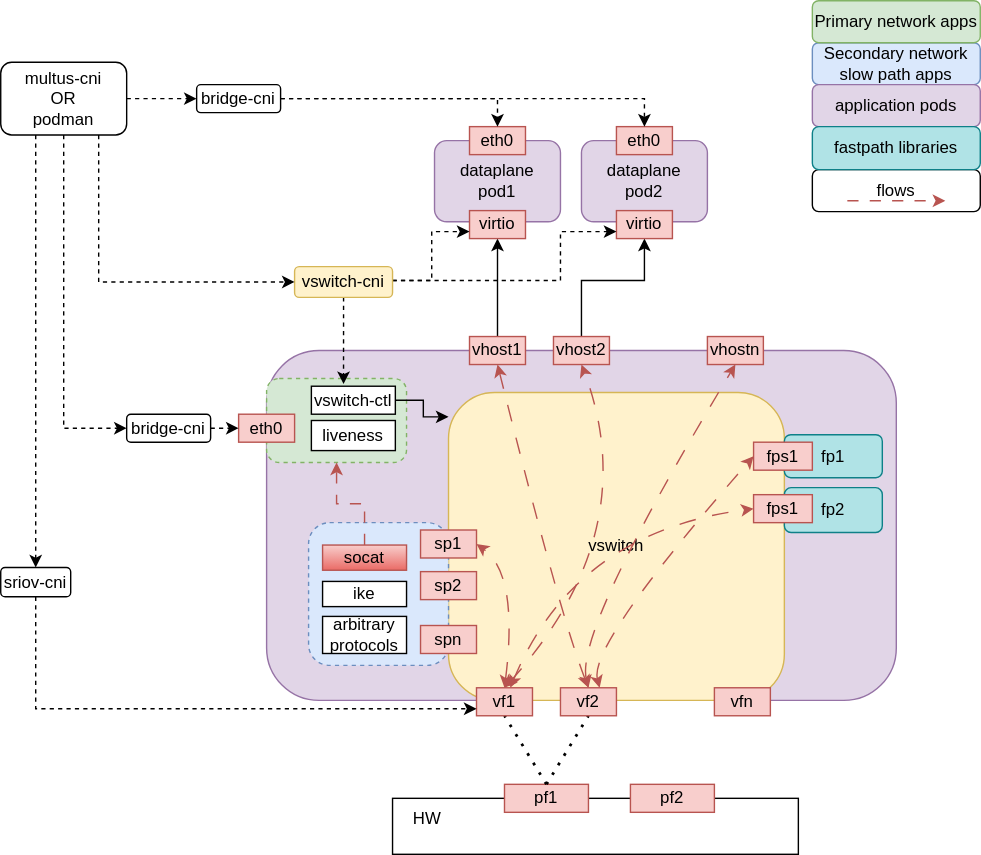
sriramy/vswitch keeps this draw.io diagram as docs/images/vswitch.drawio.svg. Above is the earlier version. Source tidied: cells renumbered, new cells last; positions are measured from the earlier drawing's top-left corner, leaving out a move shared by most shapes.
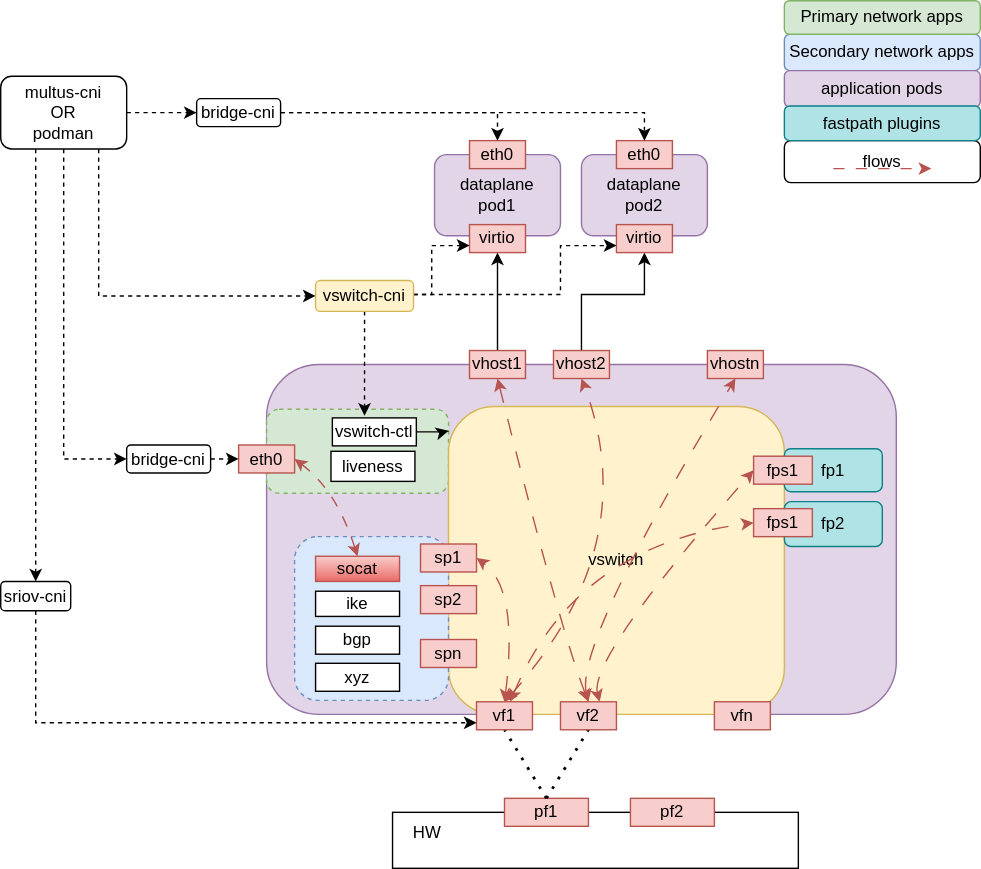
The same file after the commit.

Diff of the diagram source:
```diff
@@ -3,7 +3,7 @@
     <mxCell id="0" />
     <mxCell id="1" parent="0" />
     <mxCell id="2" value="flows" style="rounded=1;whiteSpace=wrap;html=1;" parent="1" vertex="1">
-      <mxGeometry x="580" y="120.8" width="120" height="30" as="geometry" />
+      <mxGeometry x="560" y="90" width="140" height="30" as="geometry" />
     </mxCell>
     <mxCell id="3" style="rounded=1;whiteSpace=wrap;html=1;fillColor=#e1d5e7;strokeColor=#9673a6;" parent="1" vertex="1">
       <mxGeometry x="190" y="250" width="450" height="250" as="geometry" />
@@ -47,31 +47,31 @@
       <mxGeometry relative="1" as="geometry" />
     </mxCell>
     <mxCell id="15" style="rounded=1;whiteSpace=wrap;html=1;dashed=1;fillColor=#d5e8d4;strokeColor=#82b366;" parent="1" vertex="1">
-      <mxGeometry x="190" y="270" width="100" height="60" as="geometry" />
+      <mxGeometry x="190" y="282" width="130" height="60" as="geometry" />
     </mxCell>
     <mxCell id="16" value="vswitch" style="rounded=1;whiteSpace=wrap;html=1;fillColor=#fff2cc;strokeColor=#d6b656;" parent="1" vertex="1">
       <mxGeometry x="320" y="280" width="240" height="220" as="geometry" />
     </mxCell>
     <mxCell id="17" style="rounded=1;whiteSpace=wrap;html=1;dashed=1;fillColor=#dae8fc;strokeColor=#6c8ebf;" parent="1" vertex="1">
-      <mxGeometry x="220" y="373" width="100" height="102" as="geometry" />
+      <mxGeometry x="210" y="373" width="110" height="117" as="geometry" />
     </mxCell>
     <mxCell id="18" value="ike" style="rounded=0;whiteSpace=wrap;html=1;" parent="1" vertex="1">
-      <mxGeometry x="230" y="415" width="60" height="18" as="geometry" />
+      <mxGeometry x="225" y="412" width="60" height="18" as="geometry" />
     </mxCell>
-    <mxCell id="19" value="arbitrary protocols" style="rounded=0;whiteSpace=wrap;html=1;" parent="1" vertex="1">
-      <mxGeometry x="230" y="440" width="60" height="26.5" as="geometry" />
+    <mxCell id="19" value="bgp" style="rounded=0;whiteSpace=wrap;html=1;" parent="1" vertex="1">
+      <mxGeometry x="225" y="437" width="60" height="20" as="geometry" />
     </mxCell>
     <mxCell id="20" style="edgeStyle=orthogonalEdgeStyle;rounded=0;jettySize=auto;html=1;entryX=0;entryY=0.079;entryDx=0;entryDy=0;entryPerimeter=0;" parent="1" edge="1" source="21" target="16">
       <mxGeometry relative="1" as="geometry" />
     </mxCell>
     <mxCell id="21" value="vswitch-ctl" style="rounded=0;whiteSpace=wrap;html=1;" parent="1" vertex="1">
-      <mxGeometry x="222" y="275.5" width="60" height="20" as="geometry" />
+      <mxGeometry x="237" y="288.1" width="60" height="20" as="geometry" />
     </mxCell>
-    <mxCell id="22" value="Secondary network slow path apps" style="rounded=1;whiteSpace=wrap;html=1;fillColor=#dae8fc;strokeColor=#6c8ebf;" parent="1" vertex="1">
-      <mxGeometry x="580" y="30" width="120" height="30" as="geometry" />
+    <mxCell id="22" value="Secondary network apps" style="rounded=1;whiteSpace=wrap;html=1;fillColor=#dae8fc;strokeColor=#6c8ebf;" parent="1" vertex="1">
+      <mxGeometry x="560" y="14" width="140" height="26" as="geometry" />
     </mxCell>
     <mxCell id="23" value="Primary network apps" style="rounded=1;whiteSpace=wrap;html=1;fillColor=#d5e8d4;strokeColor=#82b366;" parent="1" vertex="1">
-      <mxGeometry x="580" width="120" height="30" as="geometry" />
+      <mxGeometry x="560" y="-10" width="140" height="24" as="geometry" />
     </mxCell>
     <mxCell id="24" value="sp1" style="rounded=0;whiteSpace=wrap;html=1;fillColor=#f8cecc;strokeColor=#b85450;" parent="1" vertex="1">
       <mxGeometry x="300" y="378.2" width="40" height="20" as="geometry" />
@@ -83,13 +83,13 @@
       <mxGeometry x="300" y="446.5" width="40" height="20" as="geometry" />
     </mxCell>
     <mxCell id="27" value="eth0" style="rounded=0;whiteSpace=wrap;html=1;fillColor=#f8cecc;strokeColor=#b85450;" parent="1" vertex="1">
-      <mxGeometry x="170" y="295.5" width="40" height="20" as="geometry" />
+      <mxGeometry x="170" y="307.5" width="40" height="20" as="geometry" />
     </mxCell>
     <mxCell id="28" value="vf1" style="rounded=0;whiteSpace=wrap;html=1;fillColor=#f8cecc;strokeColor=#b85450;" parent="1" vertex="1">
       <mxGeometry x="340" y="491" width="40" height="20" as="geometry" />
     </mxCell>
     <mxCell id="29" value="liveness" style="rounded=0;whiteSpace=wrap;html=1;" parent="1" vertex="1">
-      <mxGeometry x="222" y="300" width="60" height="21.5" as="geometry" />
+      <mxGeometry x="236" y="312" width="60" height="21.5" as="geometry" />
     </mxCell>
     <mxCell id="30" style="curved=1;endArrow=classic;html=1;rounded=0;exitX=0.5;exitY=0;exitDx=0;exitDy=0;entryX=0.5;entryY=1;entryDx=0;entryDy=0;dashed=1;dashPattern=12 12;fillColor=#f8cecc;strokeColor=#b85450;startArrow=classic;startFill=1;" parent="1" edge="1" source="28" target="7">
       <mxGeometry relative="1" as="geometry">
@@ -125,7 +125,7 @@
       <mxGeometry x="440" y="150" width="40" height="20" as="geometry" />
     </mxCell>
     <mxCell id="37" value="application pods" style="rounded=1;whiteSpace=wrap;html=1;fillColor=#e1d5e7;strokeColor=#9673a6;" parent="1" vertex="1">
-      <mxGeometry x="580" y="60" width="120" height="30" as="geometry" />
+      <mxGeometry x="560" y="40" width="140" height="26" as="geometry" />
     </mxCell>
     <mxCell id="38" style="curved=1;endArrow=classic;html=1;rounded=0;exitX=0.5;exitY=0;exitDx=0;exitDy=0;entryX=0.5;entryY=1;entryDx=0;entryDy=0;dashed=1;dashPattern=12 12;fillColor=#f8cecc;strokeColor=#b85450;startArrow=classic;startFill=1;" parent="1" edge="1" source="52" target="8">
       <mxGeometry relative="1" as="geometry">
@@ -136,8 +136,8 @@
     </mxCell>
     <mxCell id="39" style="endArrow=classic;html=1;rounded=0;dashed=1;dashPattern=8 8;fillColor=#f8cecc;strokeColor=#b85450;" parent="1" edge="1">
       <mxGeometry relative="1" as="geometry">
-        <mxPoint x="605" y="143" as="sourcePoint" />
-        <mxPoint x="675" y="143" as="targetPoint" />
+        <mxPoint x="595" y="110" as="sourcePoint" />
+        <mxPoint x="665" y="110" as="targetPoint" />
       </mxGeometry>
     </mxCell>
     <mxCell id="40" style="edgeStyle=orthogonalEdgeStyle;rounded=0;jettySize=auto;html=1;entryX=0;entryY=0.75;entryDx=0;entryDy=0;fillColor=#fff2cc;strokeColor=#000000;dashed=1;" parent="1" edge="1" source="43" target="34">
@@ -160,7 +160,7 @@
       </mxGeometry>
     </mxCell>
     <mxCell id="43" value="vswitch-cni" style="rounded=1;whiteSpace=wrap;html=1;fillColor=#fff2cc;strokeColor=#d6b656;" parent="1" vertex="1">
-      <mxGeometry x="210" y="190" width="70" height="22" as="geometry" />
+      <mxGeometry x="225" y="190" width="70" height="22" as="geometry" />
     </mxCell>
     <mxCell id="44" style="edgeStyle=orthogonalEdgeStyle;rounded=0;jettySize=auto;html=1;entryX=0;entryY=0.5;entryDx=0;entryDy=0;dashed=1;exitX=1;exitY=0.5;exitDx=0;exitDy=0;" parent="1" edge="1" source="57" target="27">
       <mxGeometry relative="1" as="geometry" />
@@ -202,11 +202,8 @@
     <mxCell id="52" value="vf2" style="rounded=0;whiteSpace=wrap;html=1;fillColor=#f8cecc;strokeColor=#b85450;" parent="1" vertex="1">
       <mxGeometry x="400" y="491" width="40" height="20" as="geometry" />
     </mxCell>
-    <mxCell id="53" style="edgeStyle=orthogonalEdgeStyle;rounded=0;jettySize=auto;html=1;entryX=0.5;entryY=1;entryDx=0;entryDy=0;dashed=1;dashPattern=8 8;fillColor=#f8cecc;strokeColor=#b85450;" parent="1" edge="1" source="54" target="15">
-      <mxGeometry relative="1" as="geometry" />
-    </mxCell>
     <mxCell id="54" value="socat" style="rounded=0;whiteSpace=wrap;html=1;fillColor=#f8cecc;strokeColor=#b85450;gradientColor=#ea6b66;" parent="1" vertex="1">
-      <mxGeometry x="230" y="389" width="60" height="18" as="geometry" />
+      <mxGeometry x="225" y="387" width="60" height="18" as="geometry" />
     </mxCell>
     <mxCell id="55" value="eth0" style="rounded=0;whiteSpace=wrap;html=1;fillColor=#f8cecc;strokeColor=#b85450;" parent="1" vertex="1">
       <mxGeometry x="335" y="90" width="40" height="20" as="geometry" />
@@ -215,7 +212,7 @@
       <mxGeometry relative="1" as="geometry" />
     </mxCell>
     <mxCell id="57" value="bridge-cni" style="rounded=1;whiteSpace=wrap;html=1;" parent="1" vertex="1">
-      <mxGeometry x="90" y="295.5" width="60" height="20" as="geometry" />
+      <mxGeometry x="90" y="307.5" width="60" height="20" as="geometry" />
     </mxCell>
     <mxCell id="58" value="eth0" style="rounded=0;whiteSpace=wrap;html=1;fillColor=#f8cecc;strokeColor=#b85450;" parent="1" vertex="1">
       <mxGeometry x="440" y="90" width="40" height="20" as="geometry" />
@@ -249,8 +246,8 @@
         </Array>
       </mxGeometry>
     </mxCell>
-    <mxCell id="67" value="fastpath libraries" style="rounded=1;whiteSpace=wrap;html=1;fillColor=#b0e3e6;strokeColor=#0e8088;" parent="1" vertex="1">
-      <mxGeometry x="580" y="90" width="120" height="30.8" as="geometry" />
+    <mxCell id="67" value="fastpath plugins" style="rounded=1;whiteSpace=wrap;html=1;fillColor=#b0e3e6;strokeColor=#0e8088;" parent="1" vertex="1">
+      <mxGeometry x="560" y="65.2" width="140" height="24.8" as="geometry" />
     </mxCell>
     <mxCell id="68" style="curved=1;endArrow=classic;html=1;rounded=0;entryX=0;entryY=0.5;entryDx=0;entryDy=0;dashed=1;dashPattern=12 12;fillColor=#f8cecc;strokeColor=#b85450;startArrow=classic;startFill=1;" parent="1" edge="1" source="28" target="65">
       <mxGeometry relative="1" as="geometry">
@@ -259,5 +256,15 @@
         </Array>
       </mxGeometry>
     </mxCell>
+    <mxCell id="69" value="xyz" style="rounded=0;whiteSpace=wrap;html=1;" parent="1" vertex="1">
+      <mxGeometry x="225" y="463.5" width="60" height="20" as="geometry" />
+    </mxCell>
+    <mxCell id="70" style="curved=1;endArrow=classic;html=1;rounded=0;entryX=1;entryY=0.5;entryDx=0;entryDy=0;exitX=0.5;exitY=0;exitDx=0;exitDy=0;startArrow=classic;startFill=1;dashed=1;dashPattern=8 8;fillColor=#f8cecc;strokeColor=#b85450;" parent="1" edge="1" source="54" target="27">
+      <mxGeometry relative="1" as="geometry">
+        <Array as="points">
+          <mxPoint x="240" y="340" />
+        </Array>
+      </mxGeometry>
+    </mxCell>
   </root>
 </mxGraphModel>
```
